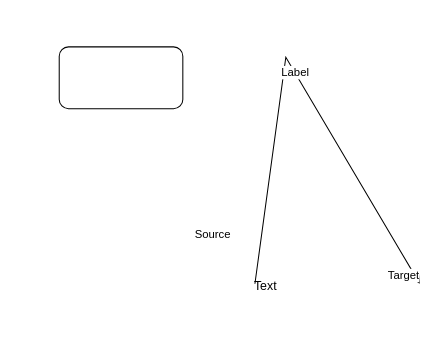
LongLostPenPal/Assets keeps this draw.io diagram as 未命名绘图.drawio. Above is the earlier version. Source tidied: cells renumbered, new cells numbered last; positions are measured from the earlier drawing's top-left corner, leaving out a move shared by most shapes. Both pictures are drawn from the tidied source at 103%, with x=0, y=0 at pixel (59, 46).
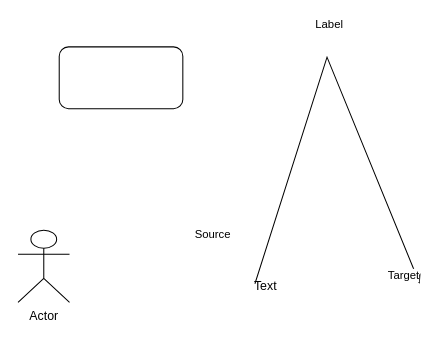
The same page after the edit.

Commit message:
更新未命名绘图.drawio

Diff of the diagram source:
```diff
@@
 <mxGraphModel>
   <root>
     <mxCell id="0" />
     <mxCell id="1" parent="0" />
     <mxCell id="2" style="rounded=1;whiteSpace=wrap;html=1;" parent="1" vertex="1">
       <mxGeometry width="120" height="60" as="geometry" />
     </mxCell>
     <mxCell id="3" style="endArrow=classic;html=1;rounded=0;" parent="1" edge="1">
       <mxGeometry relative="1" as="geometry">
         <mxPoint x="190" y="230" as="sourcePoint" />
         <mxPoint x="350" y="230" as="targetPoint" />
         <Array as="points">
-          <mxPoint x="220" y="10" />
+          <mxPoint x="260" y="10" />
         </Array>
       </mxGeometry>
     </mxCell>
     <mxCell id="4" value="Label" style="edgeLabel;html=1;align=center;verticalAlign=middle;" parent="3" vertex="1">
-      <mxGeometry relative="1" as="geometry" />
+      <mxGeometry relative="1" as="geometry">
+        <mxPoint y="-35" as="offset" />
+      </mxGeometry>
     </mxCell>
     <mxCell id="5" value="Source" style="edgeLabel;html=1;align=left;verticalAlign=bottom;" parent="3" vertex="1">
       <mxGeometry x="-1" relative="1" as="geometry">
         <mxPoint x="-60" y="-40" as="offset" />
       </mxGeometry>
     </mxCell>
     <mxCell id="6" value="Target" style="edgeLabel;html=1;align=right;verticalAlign=bottom;" parent="3" vertex="1">
       <mxGeometry x="1" relative="1" as="geometry" />
     </mxCell>
     <mxCell id="7" value="Text" style="text;html=1;align=center;verticalAlign=middle;strokeColor=none;fillColor=none;" parent="1" vertex="1">
       <mxGeometry x="175" y="218" width="50" height="30" as="geometry" />
     </mxCell>
+    <mxCell id="8" value="Actor" style="shape=umlActor;verticalLabelPosition=bottom;verticalAlign=top;html=1;" parent="1" vertex="1">
+      <mxGeometry x="-40" y="178" width="50" height="70" as="geometry" />
+    </mxCell>
   </root>
 </mxGraphModel>
```
